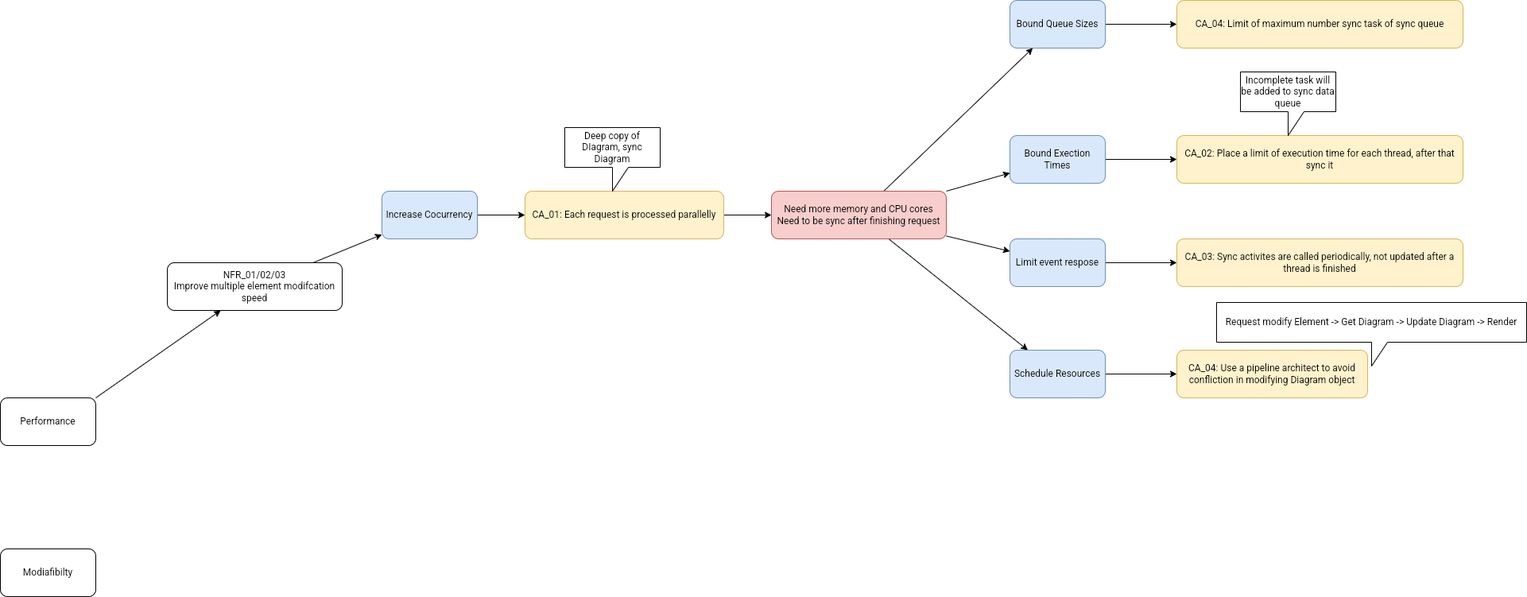
Before: img/CA.drawio.png, a diagram exported from draw.io (phunm211/SW-Associate-Architecture). Source tidied: cells renumbered, new cells last; positions are measured from the earlier drawing's top-left corner, leaving out a move shared by most shapes.
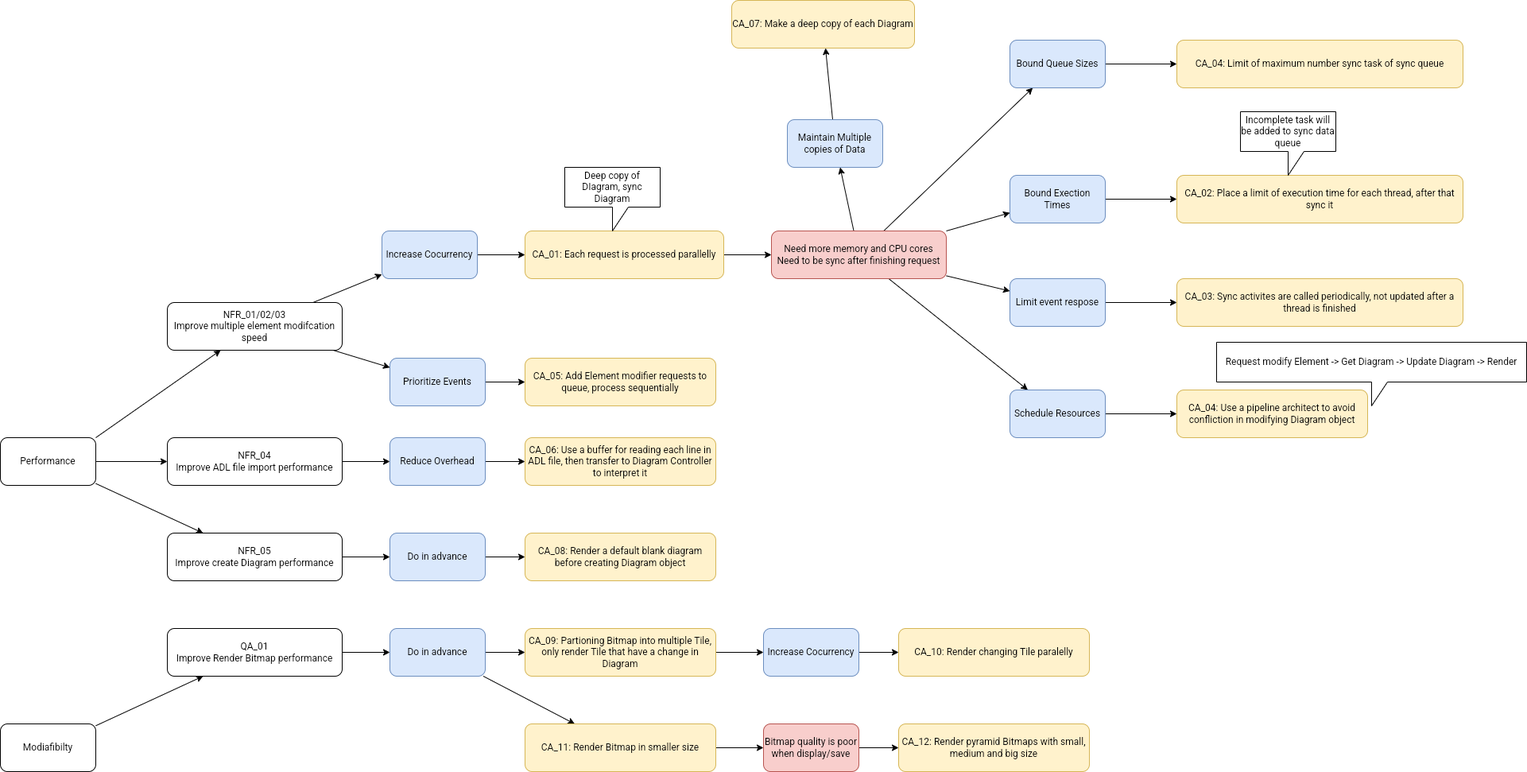
After the commit.

What changed in the source:
```diff
@@ -5,15 +5,27 @@
     <mxCell id="2" style="rounded=0;jettySize=auto;html=1;exitX=1;exitY=0;exitDx=0;exitDy=0;" parent="1" edge="1" source="3" target="6">
       <mxGeometry relative="1" as="geometry" />
     </mxCell>
+    <mxCell id="31" style="edgeStyle=none;rounded=0;jettySize=auto;html=1;" parent="1" edge="1" source="3" target="40">
+      <mxGeometry relative="1" as="geometry" />
+    </mxCell>
+    <mxCell id="32" style="edgeStyle=none;rounded=0;jettySize=auto;html=1;" parent="1" edge="1" source="3" target="45">
+      <mxGeometry relative="1" as="geometry" />
+    </mxCell>
     <mxCell id="3" value="Performance" style="rounded=1;whiteSpace=wrap;html=1;" parent="1" vertex="1">
       <mxGeometry y="500" width="120" height="60" as="geometry" />
     </mxCell>
+    <mxCell id="33" style="edgeStyle=none;rounded=0;jettySize=auto;html=1;" parent="1" edge="1" source="4" target="53">
+      <mxGeometry relative="1" as="geometry" />
+    </mxCell>
     <mxCell id="4" value="Modiafibilty" style="rounded=1;whiteSpace=wrap;html=1;" parent="1" vertex="1">
-      <mxGeometry y="690" width="120" height="60" as="geometry" />
+      <mxGeometry y="860" width="120" height="60" as="geometry" />
     </mxCell>
     <mxCell id="5" style="rounded=0;jettySize=auto;html=1;" parent="1" edge="1" source="6" target="8">
       <mxGeometry relative="1" as="geometry" />
     </mxCell>
+    <mxCell id="34" style="rounded=0;jettySize=auto;html=1;" parent="1" edge="1" source="6" target="37">
+      <mxGeometry relative="1" as="geometry" />
+    </mxCell>
     <mxCell id="6" value="NFR_01/02/03&lt;br&gt;Improve multiple element modifcation speed" style="rounded=1;whiteSpace=wrap;html=1;" parent="1" vertex="1">
       <mxGeometry x="210" y="330" width="220" height="60" as="geometry" />
     </mxCell>
@@ -41,6 +53,9 @@
     <mxCell id="14" style="edgeStyle=none;rounded=0;jettySize=auto;html=1;" parent="1" edge="1" source="15" target="28">
       <mxGeometry relative="1" as="geometry" />
     </mxCell>
+    <mxCell id="35" style="edgeStyle=none;rounded=0;jettySize=auto;html=1;" parent="1" edge="1" source="15" target="49">
+      <mxGeometry relative="1" as="geometry" />
+    </mxCell>
     <mxCell id="15" value="Need more memory and CPU cores&lt;br&gt;Need to be sync after finishing request" style="rounded=1;whiteSpace=wrap;html=1;fillColor=#f8cecc;strokeColor=#b85450;" parent="1" vertex="1">
       <mxGeometry x="970" y="240" width="220" height="60" as="geometry" />
     </mxCell>
@@ -89,5 +104,98 @@
     <mxCell id="30" value="Request modify Element -&amp;gt; Get Diagram -&amp;gt; Update Diagram -&amp;gt; Render" style="shape=callout;whiteSpace=wrap;html=1;perimeter=calloutPerimeter;" parent="1" vertex="1">
       <mxGeometry x="1530" y="380" width="390" height="80" as="geometry" />
     </mxCell>
+    <mxCell id="36" style="edgeStyle=none;rounded=0;jettySize=auto;html=1;" parent="1" edge="1" source="37" target="38">
+      <mxGeometry relative="1" as="geometry" />
+    </mxCell>
+    <mxCell id="37" value="Prioritize Events" style="rounded=1;whiteSpace=wrap;html=1;fillColor=#dae8fc;strokeColor=#6c8ebf;" parent="1" vertex="1">
+      <mxGeometry x="490" y="400" width="120" height="60" as="geometry" />
+    </mxCell>
+    <mxCell id="38" value="CA_05: Add Element modifier requests to queue, process sequentially" style="rounded=1;whiteSpace=wrap;html=1;fillColor=#fff2cc;strokeColor=#d6b656;" parent="1" vertex="1">
+      <mxGeometry x="660" y="400" width="240" height="60" as="geometry" />
+    </mxCell>
+    <mxCell id="39" style="edgeStyle=none;rounded=0;jettySize=auto;html=1;" parent="1" edge="1" source="40" target="42">
+      <mxGeometry relative="1" as="geometry" />
+    </mxCell>
+    <mxCell id="40" value="NFR_04&lt;br&gt;Improve ADL file import performance" style="rounded=1;whiteSpace=wrap;html=1;" parent="1" vertex="1">
+      <mxGeometry x="210" y="500" width="220" height="60" as="geometry" />
+    </mxCell>
+    <mxCell id="41" style="edgeStyle=none;rounded=0;jettySize=auto;html=1;" parent="1" edge="1" source="42" target="43">
+      <mxGeometry relative="1" as="geometry" />
+    </mxCell>
+    <mxCell id="42" value="Reduce Overhead" style="rounded=1;whiteSpace=wrap;html=1;fillColor=#dae8fc;strokeColor=#6c8ebf;" parent="1" vertex="1">
+      <mxGeometry x="490" y="500" width="120" height="60" as="geometry" />
+    </mxCell>
+    <mxCell id="43" value="CA_06: Use a buffer for reading each line in ADL file, then transfer to Diagram Controller to interpret it" style="rounded=1;whiteSpace=wrap;html=1;fillColor=#fff2cc;strokeColor=#d6b656;" parent="1" vertex="1">
+      <mxGeometry x="660" y="500" width="240" height="60" as="geometry" />
+    </mxCell>
+    <mxCell id="44" style="edgeStyle=none;rounded=0;jettySize=auto;html=1;" parent="1" edge="1" source="45" target="47">
+      <mxGeometry relative="1" as="geometry" />
+    </mxCell>
+    <mxCell id="45" value="NFR_05&lt;br&gt;Improve create Diagram performance" style="rounded=1;whiteSpace=wrap;html=1;" parent="1" vertex="1">
+      <mxGeometry x="210" y="620" width="220" height="60" as="geometry" />
+    </mxCell>
+    <mxCell id="46" style="edgeStyle=none;rounded=0;jettySize=auto;html=1;" parent="1" edge="1" source="47" target="51">
+      <mxGeometry relative="1" as="geometry" />
+    </mxCell>
+    <mxCell id="47" value="Do in advance" style="rounded=1;whiteSpace=wrap;html=1;fillColor=#dae8fc;strokeColor=#6c8ebf;" parent="1" vertex="1">
+      <mxGeometry x="490" y="620" width="120" height="60" as="geometry" />
+    </mxCell>
+    <mxCell id="48" style="edgeStyle=none;rounded=0;jettySize=auto;html=1;" parent="1" edge="1" source="49" target="50">
+      <mxGeometry relative="1" as="geometry" />
+    </mxCell>
+    <mxCell id="49" value="Maintain Multiple copies of Data" style="rounded=1;whiteSpace=wrap;html=1;fillColor=#dae8fc;strokeColor=#6c8ebf;" parent="1" vertex="1">
+      <mxGeometry x="990" y="100" width="120" height="60" as="geometry" />
+    </mxCell>
+    <mxCell id="50" value="CA_07: Make a deep copy of each Diagram" style="rounded=1;whiteSpace=wrap;html=1;fillColor=#fff2cc;strokeColor=#d6b656;" parent="1" vertex="1">
+      <mxGeometry x="920" y="-50" width="230" height="60" as="geometry" />
+    </mxCell>
+    <mxCell id="51" value="CA_08: Render a default blank diagram before creating Diagram object" style="rounded=1;whiteSpace=wrap;html=1;fillColor=#fff2cc;strokeColor=#d6b656;" parent="1" vertex="1">
+      <mxGeometry x="660" y="620" width="240" height="60" as="geometry" />
+    </mxCell>
+    <mxCell id="52" style="edgeStyle=none;rounded=0;jettySize=auto;html=1;" parent="1" edge="1" source="53" target="56">
+      <mxGeometry relative="1" as="geometry" />
+    </mxCell>
+    <mxCell id="53" value="QA_01&lt;br&gt;Improve Render Bitmap performance" style="rounded=1;whiteSpace=wrap;html=1;" parent="1" vertex="1">
+      <mxGeometry x="210" y="740" width="220" height="60" as="geometry" />
+    </mxCell>
+    <mxCell id="54" style="edgeStyle=none;rounded=0;jettySize=auto;html=1;" parent="1" edge="1" source="56" target="58">
+      <mxGeometry relative="1" as="geometry" />
+    </mxCell>
+    <mxCell id="55" style="edgeStyle=none;rounded=0;jettySize=auto;html=1;" parent="1" edge="1" source="56" target="63">
+      <mxGeometry relative="1" as="geometry" />
+    </mxCell>
+    <mxCell id="56" value="Do in advance" style="rounded=1;whiteSpace=wrap;html=1;fillColor=#dae8fc;strokeColor=#6c8ebf;" parent="1" vertex="1">
+      <mxGeometry x="490" y="740" width="120" height="60" as="geometry" />
+    </mxCell>
+    <mxCell id="57" style="edgeStyle=none;rounded=0;jettySize=auto;html=1;" parent="1" edge="1" source="58" target="60">
+      <mxGeometry relative="1" as="geometry" />
+    </mxCell>
+    <mxCell id="58" value="CA_09: Partioning Bitmap into multiple Tile, only render Tile that have a change in Diagram" style="rounded=1;whiteSpace=wrap;html=1;fillColor=#fff2cc;strokeColor=#d6b656;" parent="1" vertex="1">
+      <mxGeometry x="660" y="740" width="240" height="60" as="geometry" />
+    </mxCell>
+    <mxCell id="59" style="edgeStyle=none;rounded=0;jettySize=auto;html=1;" parent="1" edge="1" source="60" target="61">
+      <mxGeometry relative="1" as="geometry" />
+    </mxCell>
+    <mxCell id="60" value="Increase Cocurrency" style="rounded=1;whiteSpace=wrap;html=1;fillColor=#dae8fc;strokeColor=#6c8ebf;" parent="1" vertex="1">
+      <mxGeometry x="960" y="740" width="120" height="60" as="geometry" />
+    </mxCell>
+    <mxCell id="61" value="CA_10: Render changing Tile paralelly" style="rounded=1;whiteSpace=wrap;html=1;fillColor=#fff2cc;strokeColor=#d6b656;" parent="1" vertex="1">
+      <mxGeometry x="1130" y="740" width="240" height="60" as="geometry" />
+    </mxCell>
+    <mxCell id="62" style="edgeStyle=none;rounded=0;jettySize=auto;html=1;" parent="1" edge="1" source="63" target="65">
+      <mxGeometry relative="1" as="geometry" />
+    </mxCell>
+    <mxCell id="63" value="CA_11: Render Bitmap in smaller size" style="rounded=1;whiteSpace=wrap;html=1;fillColor=#fff2cc;strokeColor=#d6b656;" parent="1" vertex="1">
+      <mxGeometry x="660" y="860" width="240" height="60" as="geometry" />
+    </mxCell>
+    <mxCell id="64" style="edgeStyle=none;rounded=0;jettySize=auto;html=1;" parent="1" edge="1" source="65" target="66">
+      <mxGeometry relative="1" as="geometry" />
+    </mxCell>
+    <mxCell id="65" value="Bitmap quality is poor when display/save" style="rounded=1;whiteSpace=wrap;html=1;fillColor=#f8cecc;strokeColor=#b85450;" parent="1" vertex="1">
+      <mxGeometry x="960" y="860" width="120" height="60" as="geometry" />
+    </mxCell>
+    <mxCell id="66" value="CA_12: Render pyramid Bitmaps with small, medium and big size" style="rounded=1;whiteSpace=wrap;html=1;fillColor=#fff2cc;strokeColor=#d6b656;" parent="1" vertex="1">
+      <mxGeometry x="1130" y="860" width="240" height="60" as="geometry" />
+    </mxCell>
   </root>
 </mxGraphModel>
```
